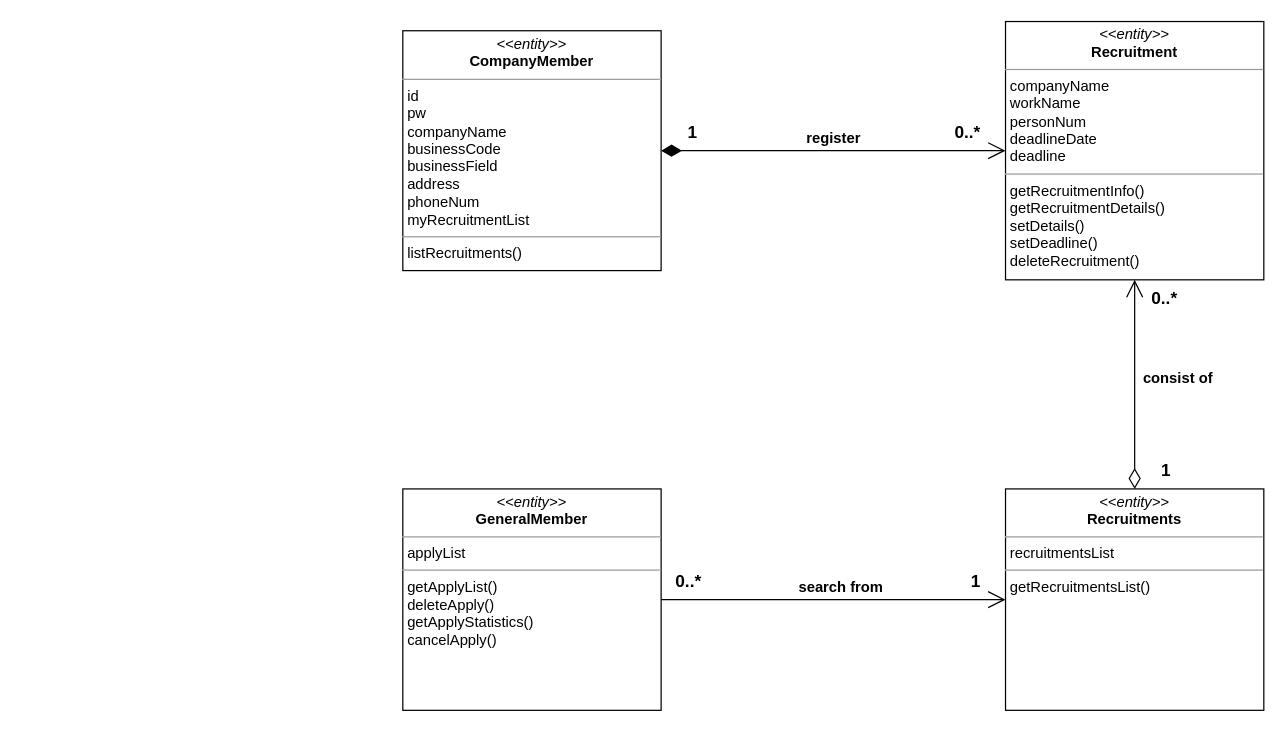
The draw.io diagram page "Entity" (2 of 2) of B811010_고한강/class diagram.drawio in FinancialWorld16/SE_TEAM, before the edit. Source tidied: cells renumbered, new cells numbered last; positions are measured from the earlier drawing's top-left corner, leaving out a move shared by most shapes. Both pictures are drawn from the tidied source at 123%, with x=0, y=0 at pixel (402, 21).
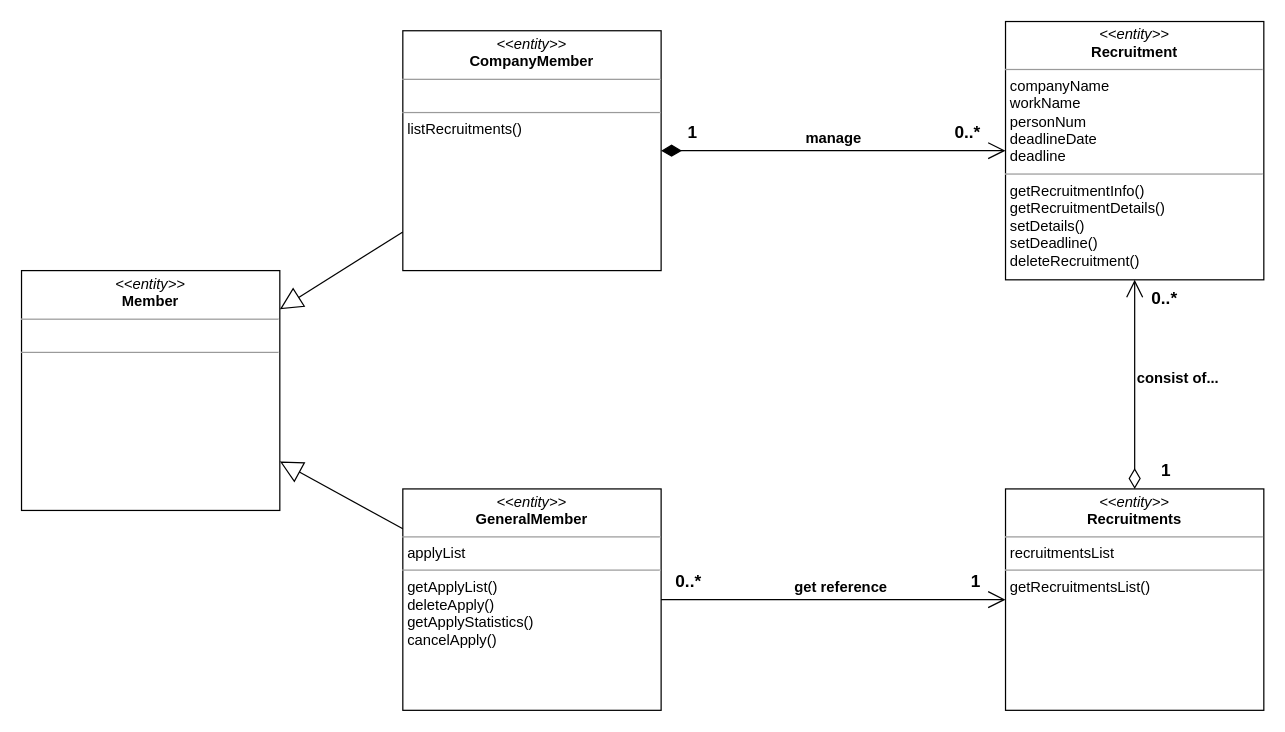
The same diagram, later.

The change refers to these unchanged cells:
```xml
<mxCell id="7" value="&lt;p style=&quot;margin:0px;margin-top:4px;text-align:center;&quot;&gt;&lt;i&gt;&amp;lt;&amp;lt;entity&amp;gt;&amp;gt;&lt;/i&gt;&lt;br&gt;&lt;b&gt;GeneralMember&lt;/b&gt;&lt;/p&gt;&lt;hr size=&quot;1&quot;&gt;&lt;p style=&quot;margin:0px;margin-left:4px;&quot;&gt;applyList&lt;/p&gt;&lt;hr size=&quot;1&quot;&gt;&lt;p style=&quot;margin:0px;margin-left:4px;&quot;&gt;getApplyList()&lt;/p&gt;&lt;p style=&quot;margin:0px;margin-left:4px;&quot;&gt;deleteApply()&lt;/p&gt;&lt;p style=&quot;margin:0px;margin-left:4px;&quot;&gt;getApplyStatistics()&lt;/p&gt;&lt;p style=&quot;margin:0px;margin-left:4px;&quot;&gt;cancelApply()&lt;/p&gt;" style="verticalAlign=top;align=left;overflow=fill;fontSize=12;fontFamily=Helvetica;html=1;" parent="1" vertex="1">
  <mxGeometry y="380" width="210" height="180" as="geometry" />
</mxCell>
<mxCell id="8" value="&lt;p style=&quot;margin:0px;margin-top:4px;text-align:center;&quot;&gt;&lt;i&gt;&amp;lt;&amp;lt;entity&amp;gt;&amp;gt;&lt;/i&gt;&lt;br&gt;&lt;b&gt;Recruitments&lt;/b&gt;&lt;/p&gt;&lt;hr size=&quot;1&quot;&gt;&lt;p style=&quot;margin:0px;margin-left:4px;&quot;&gt;recruitmentsList&lt;/p&gt;&lt;hr size=&quot;1&quot;&gt;&lt;p style=&quot;margin:0px;margin-left:4px;&quot;&gt;getRecruitmentsList()&lt;/p&gt;" style="verticalAlign=top;align=left;overflow=fill;fontSize=12;fontFamily=Helvetica;html=1;" parent="1" vertex="1">
  <mxGeometry x="490" y="380" width="210" height="180" as="geometry" />
</mxCell>
```

What changed in the source:
```diff
@@
-    <mxCell id="2" value="&lt;p style=&quot;margin:0px;margin-top:4px;text-align:center;&quot;&gt;&lt;i&gt;&amp;lt;&amp;lt;entity&amp;gt;&amp;gt;&lt;/i&gt;&lt;br&gt;&lt;b&gt;Recruitment&lt;/b&gt;&lt;/p&gt;&lt;hr size=&quot;1&quot;&gt;&lt;p style=&quot;margin:0px;margin-left:4px;&quot;&gt;companyName&lt;/p&gt;&lt;p style=&quot;margin:0px;margin-left:4px;&quot;&gt;workName&lt;/p&gt;&lt;p style=&quot;margin:0px;margin-left:4px;&quot;&gt;personNum&lt;/p&gt;&lt;p style=&quot;margin:0px;margin-left:4px;&quot;&gt;deadlineDate&lt;/p&gt;&lt;p style=&quot;margin:0px;margin-left:4px;&quot;&gt;deadline&lt;/p&gt;&lt;hr size=&quot;1&quot;&gt;&lt;p style=&quot;margin:0px;margin-left:4px;&quot;&gt;getRecruitmentInfo()&lt;/p&gt;&lt;p style=&quot;margin:0px;margin-left:4px;&quot;&gt;getRecruitmentDetails()&lt;/p&gt;&lt;p style=&quot;margin:0px;margin-left:4px;&quot;&gt;setDetails()&lt;/p&gt;&lt;p style=&quot;margin:0px;margin-left:4px;&quot;&gt;setDeadline()&lt;/p&gt;&lt;p style=&quot;margin:0px;margin-left:4px;&quot;&gt;deleteRecruitment()&lt;/p&gt;" style="verticalAlign=top;align=left;overflow=fill;fontSize=12;fontFamily=Helvetica;html=1;" parent="1" vertex="1">
+    <mxCell id="2" value="&lt;p style=&quot;margin:0px;margin-top:4px;text-align:center;&quot;&gt;&lt;i&gt;&amp;lt;&amp;lt;entity&amp;gt;&amp;gt;&lt;/i&gt;&lt;br&gt;&lt;b&gt;Recruitment&lt;/b&gt;&lt;/p&gt;&lt;hr size=&quot;1&quot;&gt;&lt;p style=&quot;margin:0px;margin-left:4px;&quot;&gt;companyName&lt;/p&gt;&lt;p style=&quot;margin:0px;margin-left:4px;&quot;&gt;workName&lt;/p&gt;&lt;p style=&quot;margin:0px;margin-left:4px;&quot;&gt;personNum&lt;/p&gt;&lt;p style=&quot;margin:0px;margin-left:4px;&quot;&gt;deadlineDate&lt;/p&gt;&lt;p style=&quot;margin:0px;margin-left:4px;&quot;&gt;deadline&lt;/p&gt;&lt;hr size=&quot;1&quot;&gt;&lt;p style=&quot;margin:0px;margin-left:4px;&quot;&gt;getRecruitmentInfo()&lt;/p&gt;&lt;p style=&quot;margin:0px;margin-left:4px;&quot;&gt;getRecruitmentDetails()&lt;/p&gt;&lt;p style=&quot;margin:0px;margin-left:4px;&quot;&gt;setDetails()&lt;/p&gt;&lt;p style=&quot;margin:0px;margin-left:4px;&quot;&gt;setDeadline()&lt;/p&gt;&lt;p style=&quot;margin:0px;margin-left:4px;&quot;&gt;deleteRecruitment()&lt;/p&gt;&lt;p style=&quot;margin:0px;margin-left:4px;&quot;&gt;&lt;br&gt;&lt;/p&gt;&lt;p style=&quot;margin:0px;margin-left:4px;&quot;&gt;&lt;br&gt;&lt;/p&gt;" style="verticalAlign=top;align=left;overflow=fill;fontSize=12;fontFamily=Helvetica;html=1;" parent="1" vertex="1">
       <mxGeometry x="490" width="210" height="210" as="geometry" />
     </mxCell>
-    <mxCell id="3" value="&lt;p style=&quot;margin:0px;margin-top:4px;text-align:center;&quot;&gt;&lt;i&gt;&amp;lt;&amp;lt;entity&amp;gt;&amp;gt;&lt;/i&gt;&lt;br&gt;&lt;b&gt;CompanyMember&lt;/b&gt;&lt;/p&gt;&lt;hr size=&quot;1&quot;&gt;&lt;p style=&quot;margin:0px;margin-left:4px;&quot;&gt;id&lt;/p&gt;&lt;p style=&quot;margin:0px;margin-left:4px;&quot;&gt;pw&lt;/p&gt;&lt;p style=&quot;margin:0px;margin-left:4px;&quot;&gt;companyName&lt;/p&gt;&lt;p style=&quot;margin:0px;margin-left:4px;&quot;&gt;businessCode&lt;/p&gt;&lt;p style=&quot;margin:0px;margin-left:4px;&quot;&gt;businessField&lt;/p&gt;&lt;p style=&quot;margin:0px;margin-left:4px;&quot;&gt;address&lt;/p&gt;&lt;p style=&quot;margin:0px;margin-left:4px;&quot;&gt;phoneNum&lt;/p&gt;&lt;p style=&quot;margin:0px;margin-left:4px;&quot;&gt;myRecruitmentList&lt;/p&gt;&lt;hr size=&quot;1&quot;&gt;&lt;p style=&quot;margin:0px;margin-left:4px;&quot;&gt;listRecruitments()&lt;/p&gt;" style="verticalAlign=top;align=left;overflow=fill;fontSize=12;fontFamily=Helvetica;html=1;" parent="1" vertex="1">
+    <mxCell id="3" value="&lt;p style=&quot;margin:0px;margin-top:4px;text-align:center;&quot;&gt;&lt;i&gt;&amp;lt;&amp;lt;entity&amp;gt;&amp;gt;&lt;/i&gt;&lt;br&gt;&lt;b&gt;CompanyMember&lt;/b&gt;&lt;/p&gt;&lt;hr size=&quot;1&quot;&gt;&lt;p style=&quot;margin:0px;margin-left:4px;&quot;&gt;&lt;br&gt;&lt;/p&gt;&lt;hr size=&quot;1&quot;&gt;&lt;p style=&quot;margin:0px;margin-left:4px;&quot;&gt;listRecruitments()&lt;/p&gt;" style="verticalAlign=top;align=left;overflow=fill;fontSize=12;fontFamily=Helvetica;html=1;" parent="1" vertex="1">
       <mxGeometry y="7.5" width="210" height="195" as="geometry" />
     </mxCell>
-    <mxCell id="4" value="&lt;font style=&quot;font-size: 12px;&quot;&gt;&lt;b&gt;register&lt;/b&gt;&lt;/font&gt;" style="endArrow=open;html=1;endSize=12;startArrow=diamondThin;startSize=14;startFill=1;rounded=0;" parent="1" edge="1" source="3" target="2">
+    <mxCell id="4" value="&lt;span style=&quot;font-size: 12px;&quot;&gt;&lt;b&gt;manage&lt;/b&gt;&lt;/span&gt;" style="endArrow=open;html=1;endSize=12;startArrow=diamondThin;startSize=14;startFill=1;rounded=0;" parent="1" edge="1" source="3" target="2">
       <mxGeometry y="10" relative="1" as="geometry" />
     </mxCell>
@@
-    <mxCell id="9" value="&lt;span style=&quot;font-size: 12px;&quot;&gt;&lt;b&gt;search from&lt;/b&gt;&lt;/span&gt;" style="endArrow=open;html=1;endSize=12;startArrow=none;startSize=14;startFill=0;rounded=0;endFill=0;" parent="1" edge="1" source="7" target="8">
+    <mxCell id="9" value="&lt;span style=&quot;font-size: 12px;&quot;&gt;&lt;b&gt;get reference&lt;/b&gt;&lt;/span&gt;" style="endArrow=open;html=1;endSize=12;startArrow=none;startSize=14;startFill=0;rounded=0;endFill=0;" parent="1" edge="1" source="7" target="8">
       <mxGeometry x="0.04" y="10" relative="1" as="geometry" />
     </mxCell>
@@
-    <mxCell id="12" value="&lt;font style=&quot;font-size: 12px;&quot;&gt;&lt;b&gt;consist of&lt;/b&gt;&lt;/font&gt;" style="endArrow=open;html=1;endSize=12;startArrow=diamondThin;startSize=14;startFill=0;rounded=0;" parent="1" edge="1" source="8" target="2">
+    <mxCell id="12" value="&lt;font style=&quot;font-size: 12px;&quot;&gt;&lt;b&gt;consist of...&lt;/b&gt;&lt;/font&gt;" style="endArrow=open;html=1;endSize=12;startArrow=diamondThin;startSize=14;startFill=0;rounded=0;" parent="1" edge="1" source="8" target="2">
       <mxGeometry x="0.06" y="-35" relative="1" as="geometry" />
     </mxCell>
@@
+    <mxCell id="15" value="&lt;p style=&quot;margin:0px;margin-top:4px;text-align:center;&quot;&gt;&lt;i&gt;&amp;lt;&amp;lt;entity&amp;gt;&amp;gt;&lt;/i&gt;&lt;br&gt;&lt;b&gt;Member&lt;/b&gt;&lt;/p&gt;&lt;hr size=&quot;1&quot;&gt;&lt;p style=&quot;margin:0px;margin-left:4px;&quot;&gt;&lt;br&gt;&lt;/p&gt;&lt;hr size=&quot;1&quot;&gt;&lt;p style=&quot;margin:0px;margin-left:4px;&quot;&gt;&lt;br&gt;&lt;/p&gt;" style="verticalAlign=top;align=left;overflow=fill;fontSize=12;fontFamily=Helvetica;html=1;" parent="1" vertex="1">
+      <mxGeometry x="-310" y="202.5" width="210" height="195" as="geometry" />
+    </mxCell>
+    <mxCell id="16" style="endArrow=block;endSize=16;endFill=0;html=1;rounded=0;" parent="1" edge="1" source="3" target="15">
+      <mxGeometry relative="1" as="geometry" />
+    </mxCell>
+    <mxCell id="17" style="endArrow=block;endSize=16;endFill=0;html=1;rounded=0;" parent="1" edge="1" source="7" target="15">
+      <mxGeometry relative="1" as="geometry" />
+    </mxCell>
```
